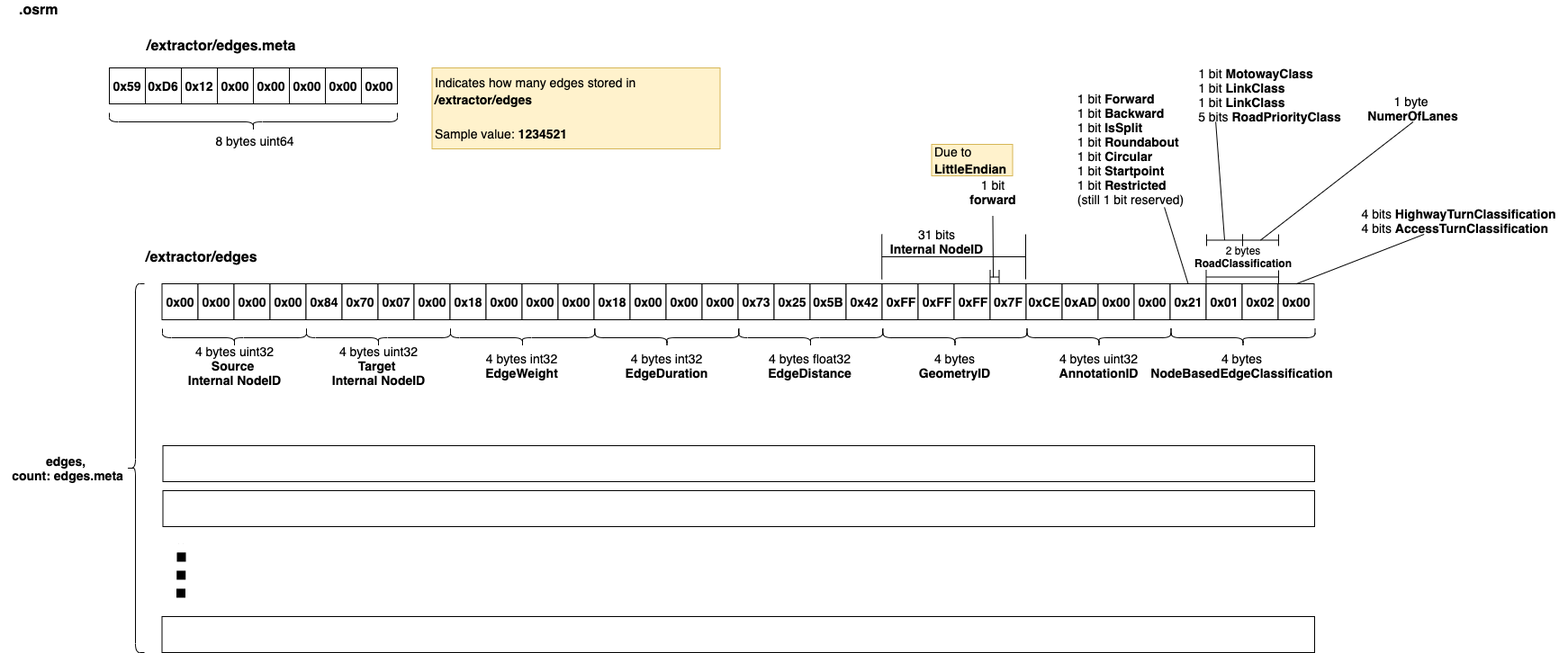
Before: osrm/doc/osrm-toolchain-files/graph/map.osrm.extractor.edges.png, a diagram exported from draw.io (Telenav/open-source-spec). Source tidied: cells renumbered, new cells last; positions are measured from the earlier drawing's top-left corner, leaving out a move shared by most shapes.
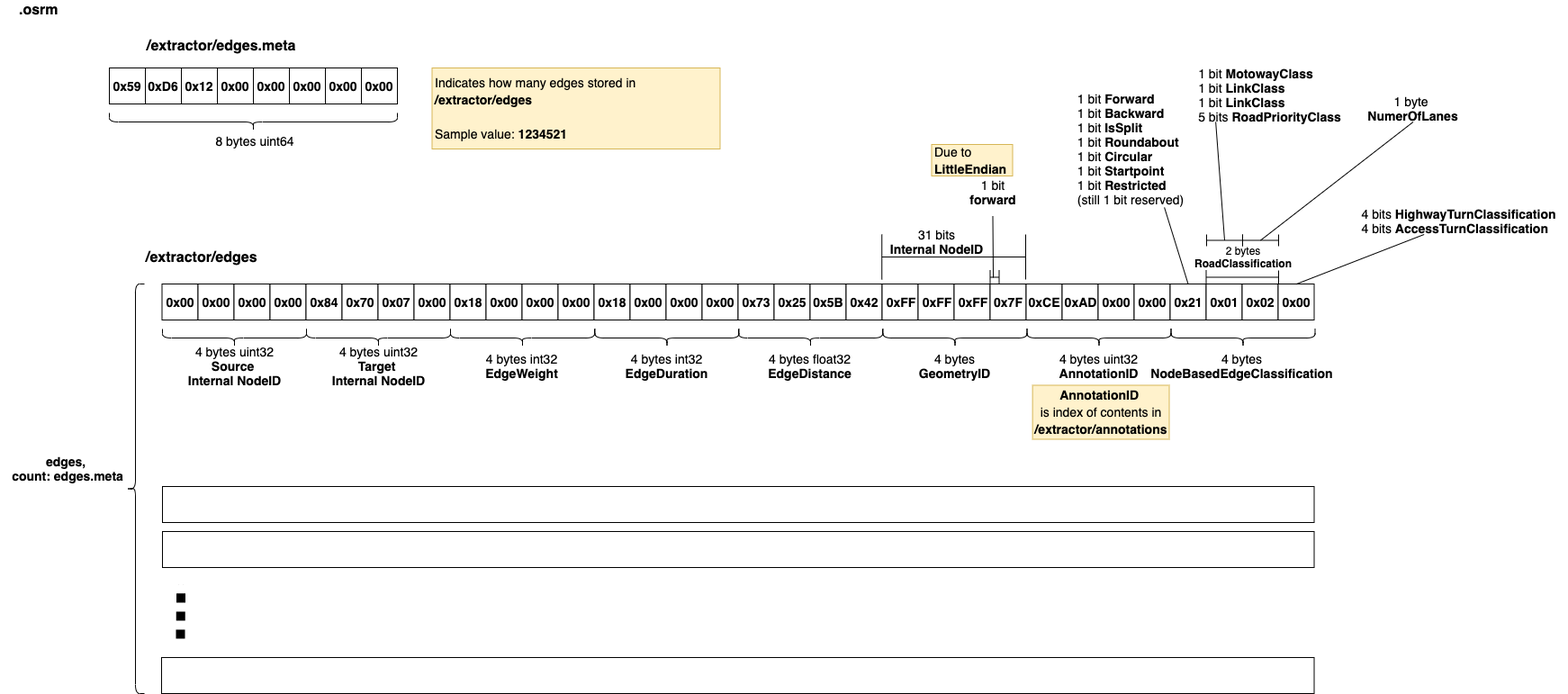
The same file after the commit.

Commit message:
docs: update annotationID in /extractor/edges

Diff of the diagram source:
```diff
@@ -102,20 +102,20 @@
       <mxGeometry x="410" y="320" width="20" height="160" as="geometry" />
     </mxCell>
     <mxCell id="35" style="shape=curlyBracket;whiteSpace=wrap;html=1;rounded=1;fontSize=14;rotation=0;" parent="1" vertex="1">
-      <mxGeometry x="140" y="340" width="20" height="410" as="geometry" />
+      <mxGeometry x="140" y="340" width="20" height="455" as="geometry" />
     </mxCell>
     <mxCell id="36" style="rounded=0;whiteSpace=wrap;html=1;" parent="1" vertex="1">
-      <mxGeometry x="180.5" y="520" width="1279.5" height="40" as="geometry" />
+      <mxGeometry x="180" y="565" width="1279.5" height="40" as="geometry" />
     </mxCell>
     <mxCell id="37" style="rounded=0;whiteSpace=wrap;html=1;" parent="1" vertex="1">
-      <mxGeometry x="180.5" y="570" width="1279.5" height="40" as="geometry" />
+      <mxGeometry x="180" y="615" width="1279.5" height="40" as="geometry" />
     </mxCell>
     <mxCell id="38" style="endArrow=none;dashed=1;html=1;strokeWidth=10;strokeColor=#000000;rounded=1;dashPattern=1 1;" parent="1" edge="1">
       <mxGeometry relative="1" as="geometry">
-        <mxPoint x="200.5" y="689" as="sourcePoint" />
-        <mxPoint x="200.5" y="629" as="targetPoint" />
+        <mxPoint x="200" y="734" as="sourcePoint" />
+        <mxPoint x="200" y="674" as="targetPoint" />
         <Array as="points">
-          <mxPoint x="201" y="639" />
+          <mxPoint x="200.5" y="684" />
         </Array>
       </mxGeometry>
     </mxCell>
@@ -123,7 +123,7 @@
       <mxGeometry y="512.5" width="150" height="65" as="geometry" />
     </mxCell>
     <mxCell id="40" style="rounded=0;whiteSpace=wrap;html=1;" parent="1" vertex="1">
-      <mxGeometry x="179.5" y="710" width="1280.5" height="40" as="geometry" />
+      <mxGeometry x="179" y="755" width="1280.5" height="40" as="geometry" />
     </mxCell>
     <mxCell id="41" value="4 bytes uint32&lt;br&gt;&lt;b&gt;Target &lt;br&gt;Internal NodeID&lt;/b&gt;&lt;b&gt;&lt;br&gt;&lt;/b&gt;" style="text;html=1;strokeColor=none;fillColor=none;align=center;verticalAlign=middle;whiteSpace=wrap;rounded=0;fontSize=14;" parent="1" vertex="1">
       <mxGeometry x="319.5" y="403.5" width="199" height="55" as="geometry" />
@@ -270,5 +270,8 @@
     <mxCell id="87" style="shape=crossbar;whiteSpace=wrap;html=1;rounded=1;fontSize=12;" parent="1" vertex="1">
       <mxGeometry x="1380" y="285" width="40" height="13" as="geometry" />
     </mxCell>
+    <mxCell id="88" value="&lt;font style=&quot;font-size: 14px&quot;&gt;AnnotationID&lt;span style=&quot;font-weight: 400&quot;&gt; &lt;br&gt;is index of&amp;nbsp;&lt;/span&gt;&lt;span style=&quot;font-weight: normal&quot;&gt;contents&lt;/span&gt;&lt;span style=&quot;font-weight: 400&quot;&gt;&amp;nbsp;in &lt;/span&gt;/extractor/annotations&lt;br&gt;&lt;/font&gt;" style="text;html=1;strokeColor=#d6b656;fillColor=#fff2cc;align=center;verticalAlign=middle;whiteSpace=wrap;rounded=0;fontSize=16;fontStyle=1;" parent="1" vertex="1">
+      <mxGeometry x="1146.6" y="452.5" width="151.9" height="60" as="geometry" />
+    </mxCell>
   </root>
 </mxGraphModel>
```
